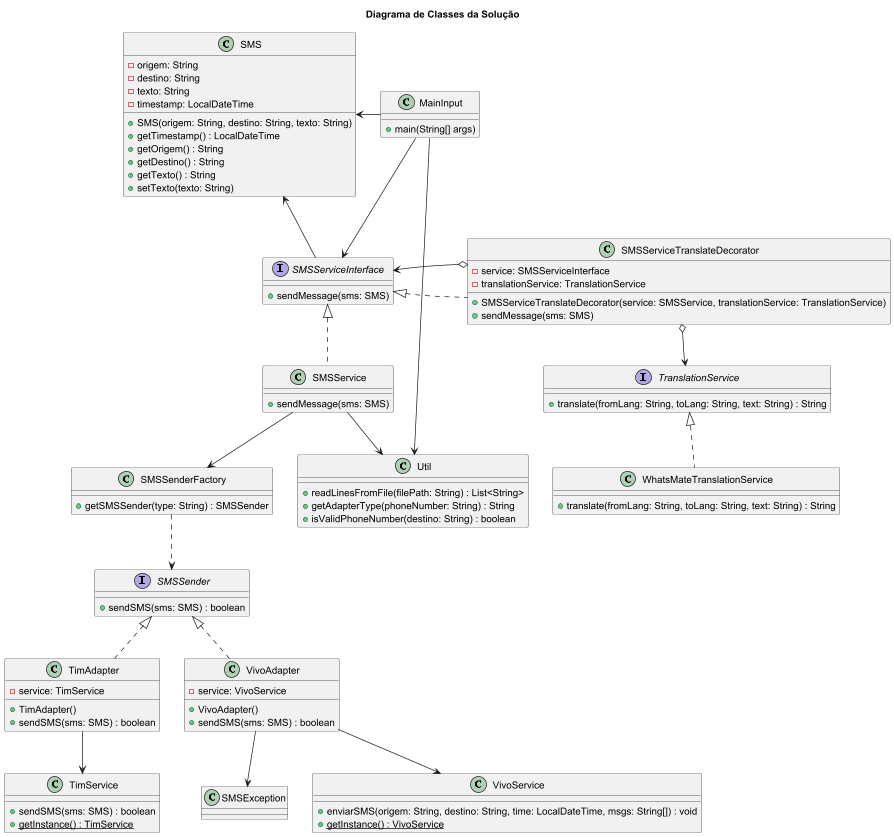
Earlier version of the PlantUML export src/DiagramaDeClasses.png (buenorafa/sms-multipattern).
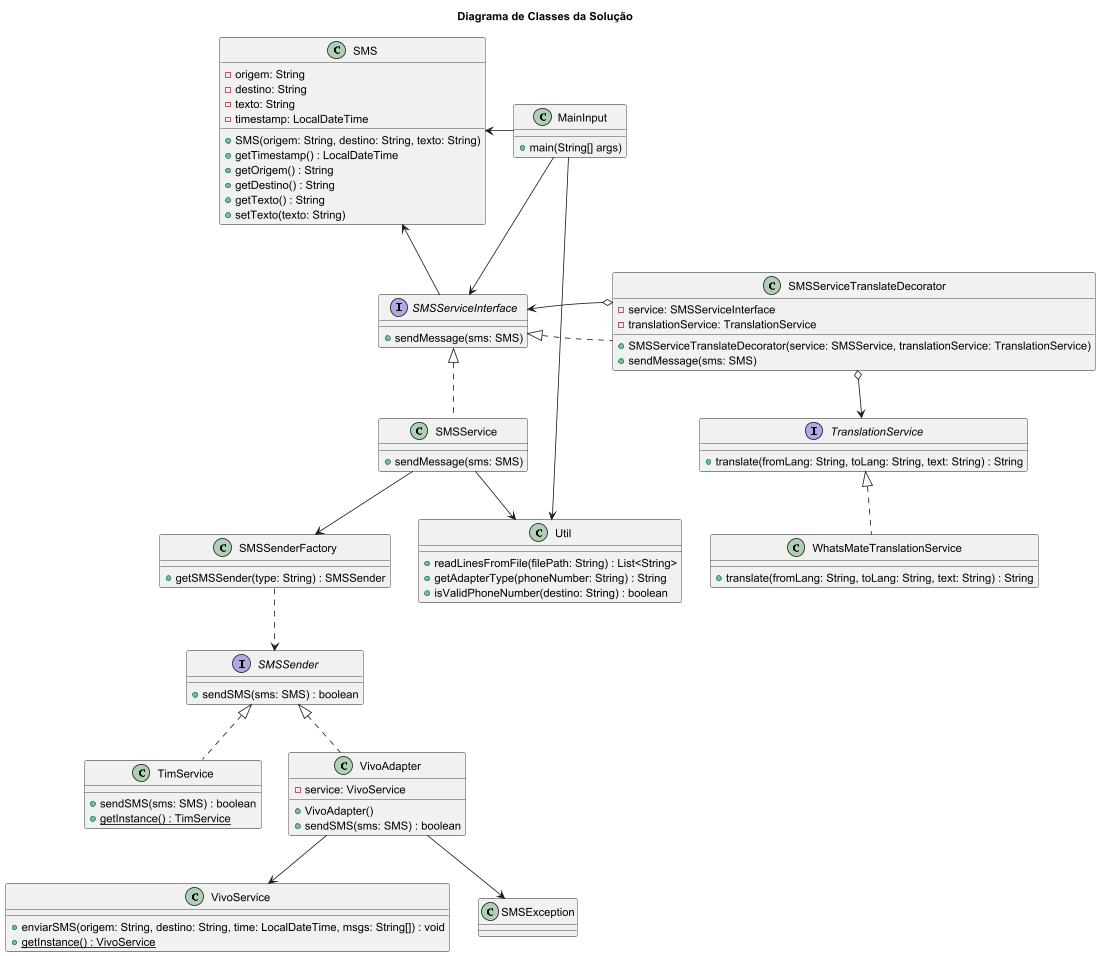
Above is the later version.

Commit message:
fix: tim service não precisa de adapter

Change to the diagram source:
```diff
@@ -41,12 +41,6 @@
 class SMSException
 
 interface SMSSender {
-    + sendSMS(sms: SMS) : boolean
-}
-
-class TimAdapter {
-    - service: TimService
-    + TimAdapter()
     + sendSMS(sms: SMS) : boolean
 }
 
@@ -95,10 +89,9 @@
 
 SMSSenderFactory ..> SMSSender
 
-SMSSender <|.. TimAdapter
+SMSSender <|.. TimService
 SMSSender <|.. VivoAdapter
 
-TimAdapter --> TimService
 VivoAdapter --> VivoService
 VivoAdapter --> SMSException
 
```
